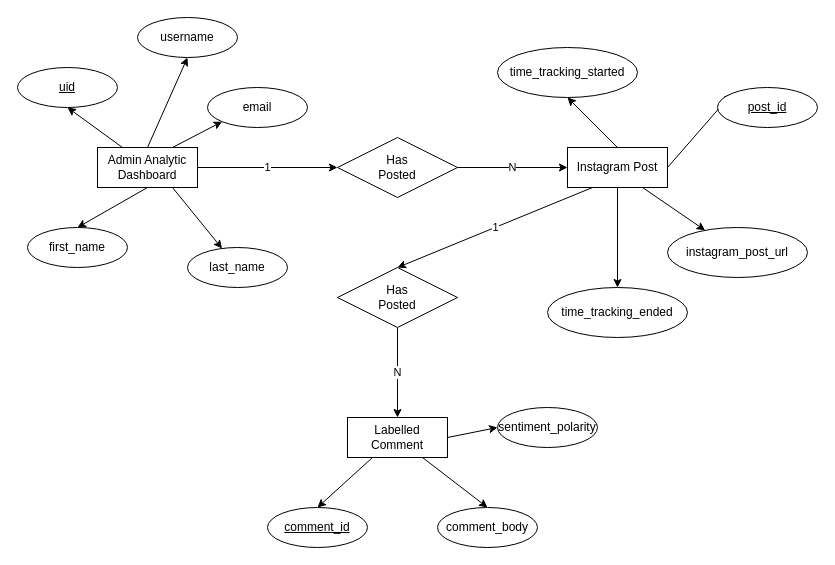
desenfirman/lautan-natural-krimerindo keeps this draw.io diagram as database-challenge/ERD.drawio. Above is the earlier version. Source tidied: cells renumbered, new cells numbered last; positions are measured from the earlier drawing's top-left corner, leaving out a move shared by most shapes. Both pictures are drawn from the tidied source at 100%, with x=0, y=0 at pixel (17, 17).
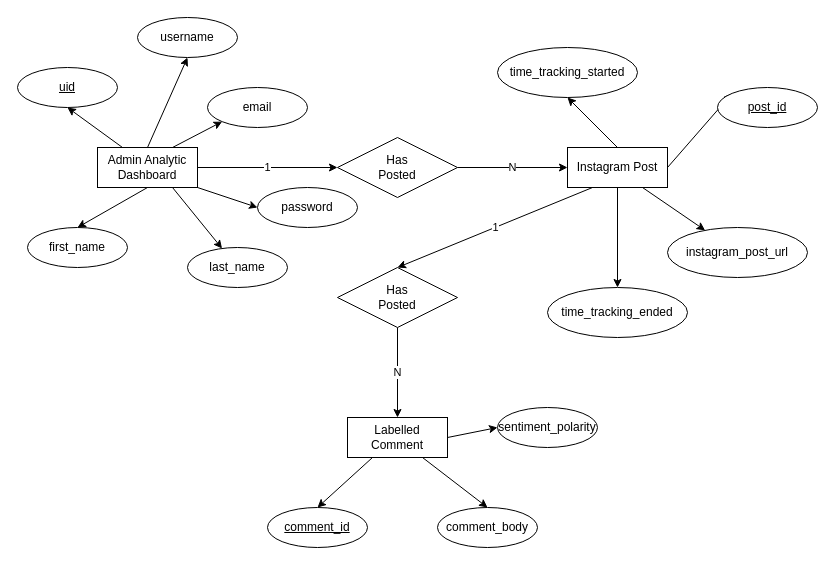
After the change.

Commit message:
Add password id ERD

Unchanged cells that the change refers to:
```xml
<mxCell id="8" value="Admin Analytic&lt;br&gt;Dashboard" style="whiteSpace=wrap;html=1;align=center;" parent="1" vertex="1">
  <mxGeometry x="80" y="130" width="100" height="40" as="geometry" />
</mxCell>
```

Diff of the diagram source:
```diff
@@
+    <mxCell id="35" style="edgeStyle=none;rounded=0;jettySize=auto;html=1;exitX=1;exitY=1;exitDx=0;exitDy=0;entryX=0;entryY=0.5;entryDx=0;entryDy=0;" parent="1" edge="1" source="8" target="36">
+      <mxGeometry relative="1" as="geometry" />
+    </mxCell>
@@
+    <mxCell id="36" value="password" style="ellipse;whiteSpace=wrap;html=1;align=center;" parent="1" vertex="1">
+      <mxGeometry x="240" y="170" width="100" height="40" as="geometry" />
+    </mxCell>
```
